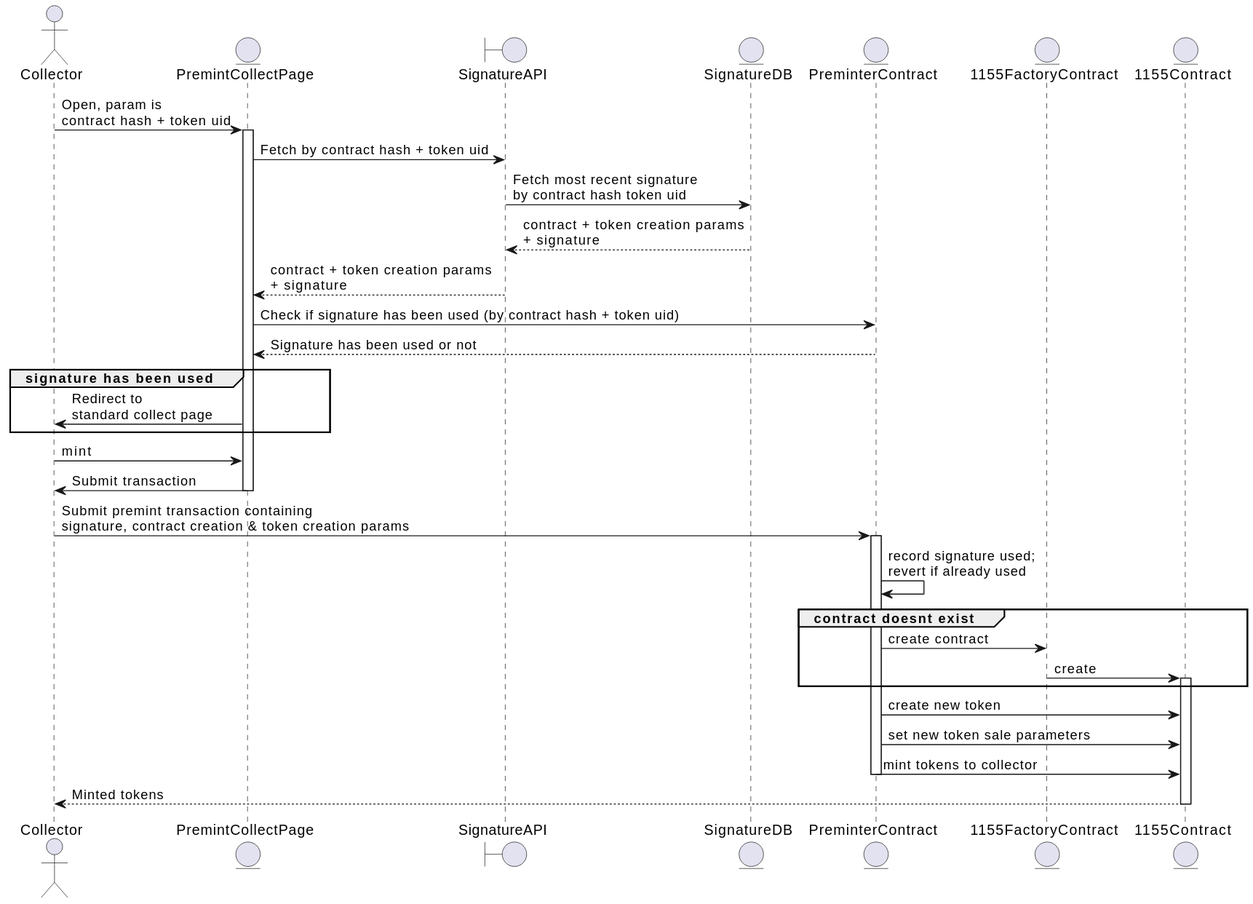
Before: uml/generated/gasslessCreate-collecting-sequence.svg, a diagram exported from PlantUML (ourzora/zora-protocol).
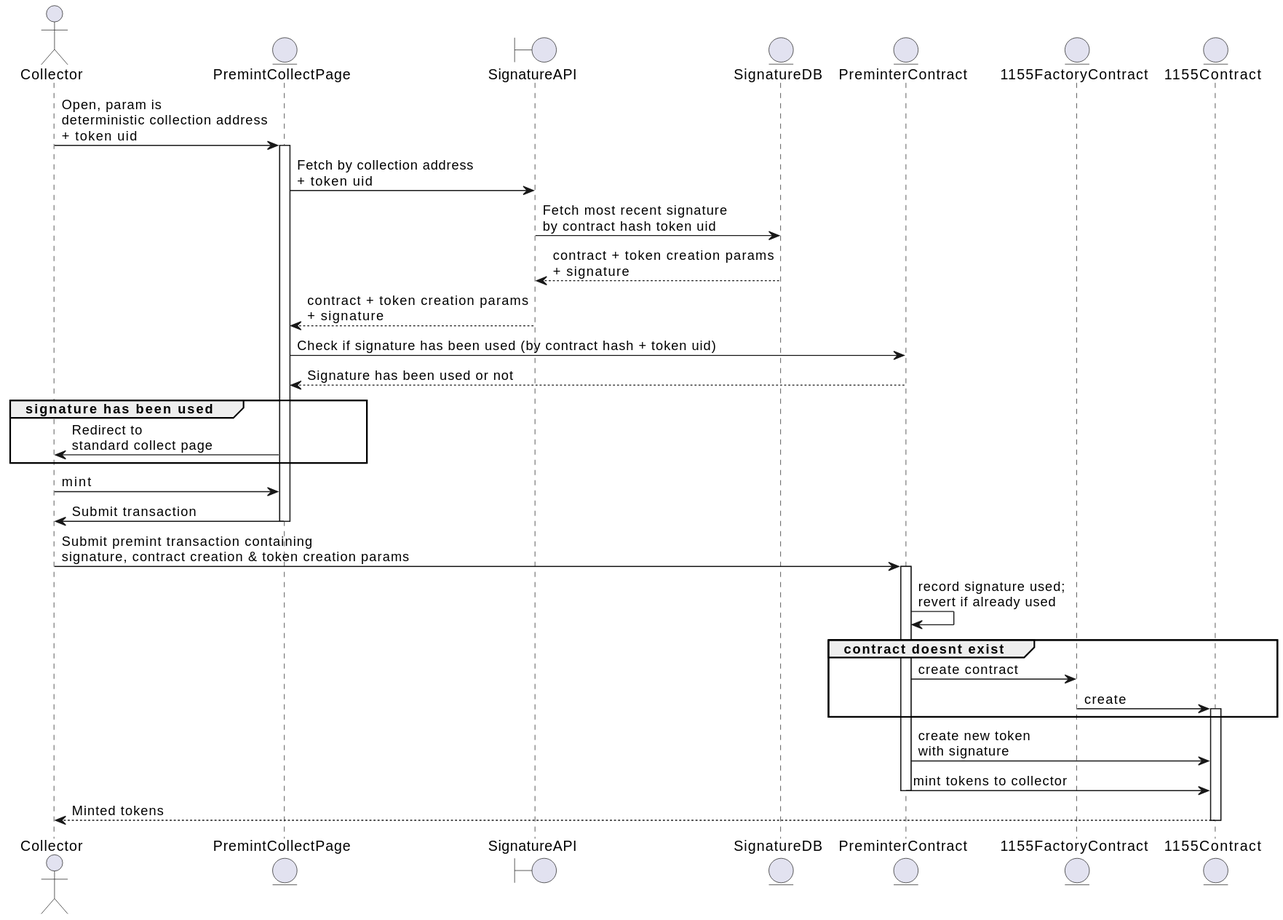
After the change.

Diff of the diagram source:
```diff
@@ -7,9 +7,9 @@
 entity 1155FactoryContract
 entity 1155Contract
 
-Collector -> PremintCollectPage: Open, param is \ncontract hash + token uid
+Collector -> PremintCollectPage: Open, param is \ndeterministic collection address\n+ token uid
 Activate PremintCollectPage
-PremintCollectPage -> SignatureAPI: Fetch by contract hash + token uid
+PremintCollectPage -> SignatureAPI: Fetch by collection address\n+ token uid
 SignatureAPI -> SignatureDB: Fetch most recent signature\nby contract hash token uid
 SignatureDB --> SignatureAPI: contract + token creation params\n+ signature
 SignatureAPI --> PremintCollectPage: contract + token creation params\n+ signature
@@ -37,8 +37,7 @@
 
 end
 
-PreminterContract -> 1155Contract: create new token
-PreminterContract -> 1155Contract: set new token sale parameters
+PreminterContract -> 1155Contract: create new token\nwith signature
 PreminterContract -> 1155Contract: mint tokens to collector
 
 deactivate PreminterContract
```
